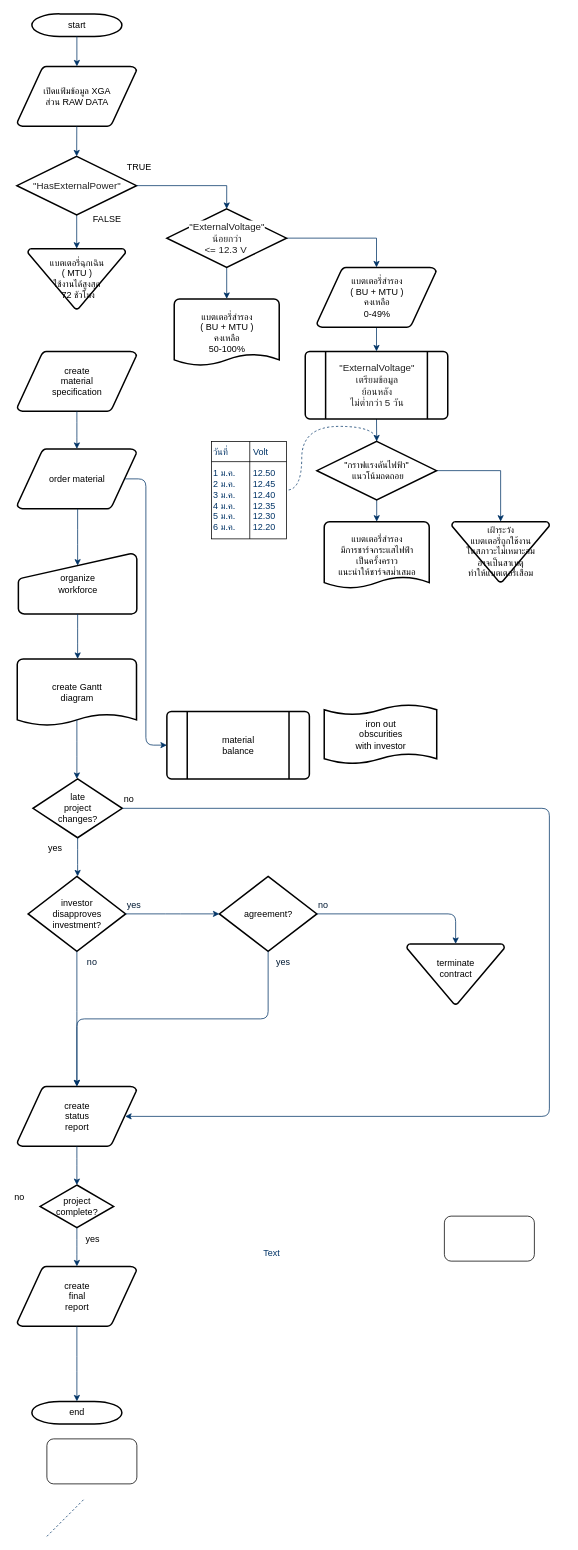
Earlier version of the draw.io diagram analyte_bt_vms_G2.drawio (kpaiboon/vms_g2). Source tidied: cells renumbered, new cells numbered last; positions are measured from the earlier drawing's top-left corner, leaving out a move shared by most shapes. Both pictures are drawn from the tidied source at 75%, with x=0, y=0 at pixel (13, 14).
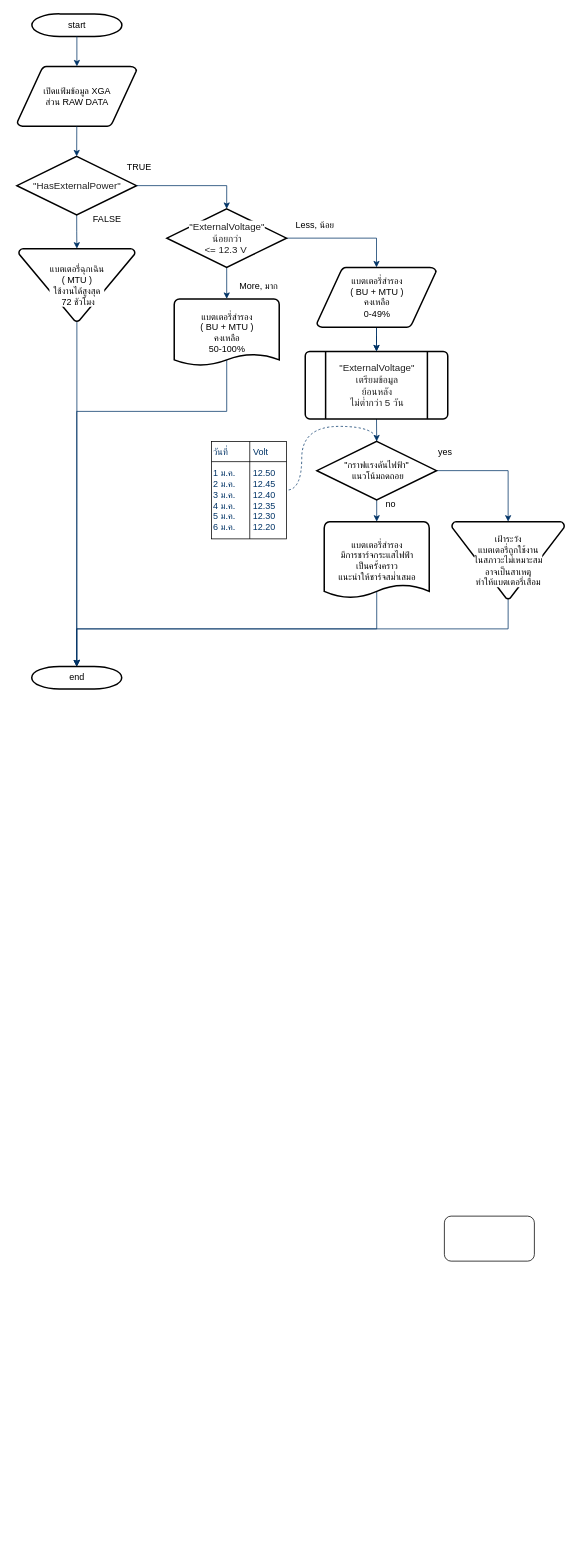
The same diagram, later.

Unchanged cells that the change refers to:
```xml
<mxCell id="13" value="แบตเตอรี่สำรอง&lt;br&gt;( BU + MTU )&lt;br&gt;คงเหลือ&lt;br&gt;50-100%" style="shape=mxgraph.flowchart.document;strokeWidth=2;gradientColor=none;gradientDirection=north;fontStyle=0;html=1;" parent="1" vertex="1">
  <mxGeometry x="214.8" y="380" width="140" height="90" as="geometry" />
</mxCell>
<mxCell id="36" value="&lt;span style=&quot;color: rgb(34 , 34 , 34) ; font-family: &amp;#34;arial&amp;#34; , &amp;#34;helvetica&amp;#34; , sans-serif ; font-size: small ; white-space: normal ; background-color: rgb(255 , 255 , 255)&quot;&gt;&quot;&lt;/span&gt;&lt;span style=&quot;color: rgb(34 , 34 , 34) ; font-family: &amp;#34;arial&amp;#34; , &amp;#34;helvetica&amp;#34; , sans-serif ; font-size: small ; white-space: normal ; background-color: rgb(255 , 255 , 255)&quot;&gt;ExternalVoltage&lt;/span&gt;&lt;span style=&quot;color: rgb(34 , 34 , 34) ; font-family: &amp;#34;arial&amp;#34; , &amp;#34;helvetica&amp;#34; , sans-serif ; font-size: small ; white-space: normal ; background-color: rgb(255 , 255 , 255)&quot;&gt;&quot;&lt;br&gt;เตรียมข้อมูล&lt;br&gt;ย้อนหลัง &lt;br&gt;ไม่ต่ำกว่า 5 วัน&lt;/span&gt;" style="shape=mxgraph.flowchart.predefined_process;strokeWidth=2;gradientColor=none;gradientDirection=north;fontStyle=0;html=1;" parent="1" vertex="1">
  <mxGeometry x="389.5" y="450" width="190" height="90" as="geometry" />
</mxCell>
<mxCell id="56" value="แบตเตอรี่สำรอง&lt;br&gt;( BU + MTU )&lt;br&gt;คงเหลือ&lt;br&gt;0-49%&lt;span style=&quot;color: rgb(34 , 34 , 34) ; font-family: &amp;#34;arial&amp;#34; , &amp;#34;helvetica&amp;#34; , sans-serif ; font-size: small ; white-space: normal ; background-color: rgb(255 , 255 , 255)&quot;&gt;&lt;br&gt;&lt;/span&gt;" style="shape=mxgraph.flowchart.data;strokeWidth=2;gradientColor=none;gradientDirection=north;fontStyle=0;html=1;" parent="1" vertex="1">
  <mxGeometry x="405" y="338" width="159" height="80" as="geometry" />
</mxCell>
```

Diff of the diagram source:
```diff
@@
-    <mxCell id="4" value="create&#10;material&#10;specification" style="shape=mxgraph.flowchart.data;strokeWidth=2;gradientColor=none;gradientDirection=north;fontStyle=0;html=1;" parent="1" vertex="1">
-      <mxGeometry x="5.5" y="450" width="159" height="80" as="geometry" />
-    </mxCell>
@@
-    <mxCell id="11" value="order material" style="shape=mxgraph.flowchart.data;strokeWidth=2;gradientColor=none;gradientDirection=north;fontStyle=0;html=1;" parent="1" vertex="1">
-      <mxGeometry x="5.5" y="580" width="159" height="80" as="geometry" />
-    </mxCell>
@@
+    <mxCell id="67" style="edgeStyle=orthogonalEdgeStyle;rounded=0;jettySize=auto;html=1;exitX=0.5;exitY=0.9;exitDx=0;exitDy=0;exitPerimeter=0;strokeColor=#003366;entryX=0.5;entryY=0;entryDx=0;entryDy=0;entryPerimeter=0;" parent="1" edge="1" source="13" target="37">
+      <mxGeometry relative="1" as="geometry">
+        <Array as="points">
+          <mxPoint x="285" y="530" />
+          <mxPoint x="85" y="530" />
+        </Array>
+      </mxGeometry>
+    </mxCell>
@@
-    <mxCell id="14" style="edgeStyle=elbowEdgeStyle;elbow=horizontal;fontStyle=1;strokeColor=#003366;strokeWidth=1;html=1;" parent="1" edge="1" source="4" target="11">
-      <mxGeometry as="geometry" />
-    </mxCell>
-    <mxCell id="15" value="material&#10;balance" style="shape=mxgraph.flowchart.predefined_process;strokeWidth=2;gradientColor=none;gradientDirection=north;fontStyle=0;html=1;" parent="1" vertex="1">
-      <mxGeometry x="205" y="930" width="190" height="90" as="geometry" />
-    </mxCell>
-    <mxCell id="16" style="edgeStyle=elbowEdgeStyle;elbow=horizontal;exitX=0.905;exitY=0.5;exitPerimeter=0;fontStyle=1;strokeColor=#003366;strokeWidth=1;html=1;" parent="1" edge="1" source="11" target="15">
-      <mxGeometry as="geometry" />
-    </mxCell>
-    <mxCell id="17" value="organize &#10;workforce" style="shape=mxgraph.flowchart.manual_input;strokeWidth=2;gradientColor=none;gradientDirection=north;fontStyle=0;html=1;" parent="1" vertex="1">
-      <mxGeometry x="7" y="720" width="158" height="80" as="geometry" />
-    </mxCell>
-    <mxCell id="18" style="edgeStyle=elbowEdgeStyle;elbow=horizontal;entryX=0.5;entryY=0.195;entryPerimeter=0;fontStyle=1;strokeColor=#003366;strokeWidth=1;html=1;" parent="1" edge="1" source="11" target="17">
-      <mxGeometry as="geometry" />
-    </mxCell>
-    <mxCell id="19" value="create Gantt&#10;diagram" style="shape=mxgraph.flowchart.document;strokeWidth=2;gradientColor=none;gradientDirection=north;fontStyle=0;html=1;" parent="1" vertex="1">
-      <mxGeometry x="5.5" y="860" width="159" height="90" as="geometry" />
-    </mxCell>
-    <mxCell id="20" style="edgeStyle=elbowEdgeStyle;elbow=horizontal;exitX=0.5;exitY=1;exitPerimeter=0;fontStyle=1;strokeColor=#003366;strokeWidth=1;html=1;" parent="1" edge="1" source="17" target="19">
-      <mxGeometry as="geometry" />
-    </mxCell>
-    <mxCell id="21" value="late&#10;project&#10;changes?" style="shape=mxgraph.flowchart.decision;strokeWidth=2;gradientColor=none;gradientDirection=north;fontStyle=0;html=1;" parent="1" vertex="1">
-      <mxGeometry x="26.5" y="1020" width="119" height="78.5" as="geometry" />
-    </mxCell>
-    <mxCell id="22" style="edgeStyle=elbowEdgeStyle;elbow=horizontal;exitX=0.5;exitY=0.9;exitPerimeter=0;fontStyle=1;strokeColor=#003366;strokeWidth=1;html=1;" parent="1" edge="1" source="19" target="21">
-      <mxGeometry as="geometry" />
-    </mxCell>
-    <mxCell id="23" value="yes" style="text;fontStyle=0;html=1;strokeColor=none;gradientColor=none;fillColor=none;strokeWidth=2;" parent="1" vertex="1">
-      <mxGeometry x="45" y="1098.5" width="40" height="26" as="geometry" />
+    <mxCell id="23" value="Less, น้อย" style="text;fontStyle=0;html=1;strokeColor=none;gradientColor=none;fillColor=none;strokeWidth=2;" parent="1" vertex="1">
+      <mxGeometry x="374.8" y="268" width="40" height="26" as="geometry" />
     </mxCell>
-    <mxCell id="24" value="investor&#10;disapproves&#10; investment?" style="shape=mxgraph.flowchart.decision;strokeWidth=2;gradientColor=none;gradientDirection=north;fontStyle=0;html=1;" parent="1" vertex="1">
-      <mxGeometry x="20" y="1150" width="130" height="100" as="geometry" />
-    </mxCell>
-    <mxCell id="25" value="agreement?" style="shape=mxgraph.flowchart.decision;strokeWidth=2;gradientColor=none;gradientDirection=north;fontStyle=0;html=1;" parent="1" vertex="1">
-      <mxGeometry x="275" y="1150" width="130" height="100" as="geometry" />
-    </mxCell>
-    <mxCell id="26" style="edgeStyle=elbowEdgeStyle;elbow=horizontal;exitX=0.5;exitY=1;exitPerimeter=0;fontStyle=1;strokeColor=#003366;strokeWidth=1;html=1;" parent="1" edge="1" source="21" target="24">
-      <mxGeometry as="geometry" />
-    </mxCell>
-    <mxCell id="27" style="edgeStyle=elbowEdgeStyle;elbow=horizontal;exitX=1;exitY=0.5;exitPerimeter=0;entryX=0;entryY=0.5;entryPerimeter=0;fontStyle=1;strokeColor=#003366;strokeWidth=1;html=1;" parent="1" edge="1" source="24" target="25">
-      <mxGeometry as="geometry" />
-    </mxCell>
-    <mxCell id="28" value="terminate&#10;contract&#10;" style="shape=mxgraph.flowchart.merge_or_storage;strokeWidth=2;gradientColor=none;gradientDirection=north;fontStyle=0;html=1;" parent="1" vertex="1">
-      <mxGeometry x="525" y="1240" width="130" height="80.5" as="geometry" />
-    </mxCell>
-    <mxCell id="29" style="edgeStyle=elbowEdgeStyle;elbow=vertical;exitX=1;exitY=0.5;exitPerimeter=0;entryX=0.5;entryY=0;entryPerimeter=0;fontStyle=1;strokeColor=#003366;strokeWidth=1;html=1;" parent="1" edge="1" source="25" target="28">
-      <mxGeometry as="geometry">
-        <Array as="points">
-          <mxPoint x="505" y="1200" />
-        </Array>
-      </mxGeometry>
-    </mxCell>
-    <mxCell id="30" value="create&#10;status&#10;report" style="shape=mxgraph.flowchart.data;strokeWidth=2;gradientColor=none;gradientDirection=north;fontStyle=0;html=1;" parent="1" vertex="1">
-      <mxGeometry x="5.5" y="1430" width="159" height="80" as="geometry" />
-    </mxCell>
-    <mxCell id="31" style="edgeStyle=elbowEdgeStyle;elbow=vertical;exitX=0.5;exitY=1;exitPerimeter=0;fontColor=#001933;fontStyle=1;strokeColor=#003366;strokeWidth=1;html=1;" parent="1" edge="1" source="24" target="30">
-      <mxGeometry as="geometry" />
-    </mxCell>
-    <mxCell id="32" style="edgeStyle=elbowEdgeStyle;elbow=vertical;exitX=0.5;exitY=1;exitPerimeter=0;entryX=0.5;entryY=0;entryPerimeter=0;fontStyle=1;strokeColor=#003366;strokeWidth=1;html=1;" parent="1" edge="1" source="25" target="30">
-      <mxGeometry as="geometry" />
-    </mxCell>
-    <mxCell id="33" value="project&#10;complete?" style="shape=mxgraph.flowchart.decision;strokeWidth=2;gradientColor=none;gradientDirection=north;fontStyle=0;html=1;" parent="1" vertex="1">
-      <mxGeometry x="36" y="1561.5" width="98" height="57" as="geometry" />
-    </mxCell>
-    <mxCell id="34" value="create&#10;final&#10;report" style="shape=mxgraph.flowchart.data;strokeWidth=2;gradientColor=none;gradientDirection=north;fontStyle=0;html=1;" parent="1" vertex="1">
-      <mxGeometry x="5.5" y="1670" width="159" height="80" as="geometry" />
-    </mxCell>
@@
-    <mxCell id="37" value="end" style="shape=mxgraph.flowchart.terminator;strokeWidth=2;gradientColor=none;gradientDirection=north;fontStyle=0;html=1;" parent="1" vertex="1">
-      <mxGeometry x="25" y="1850" width="120" height="30" as="geometry" />
-    </mxCell>
-    <mxCell id="38" style="edgeStyle=elbowEdgeStyle;elbow=vertical;exitX=0.5;exitY=1;exitPerimeter=0;entryX=0.5;entryY=0;entryPerimeter=0;fontStyle=1;strokeColor=#003366;strokeWidth=1;html=1;" parent="1" edge="1" source="30" target="33">
-      <mxGeometry as="geometry" />
-    </mxCell>
-    <mxCell id="39" style="edgeStyle=elbowEdgeStyle;elbow=vertical;exitX=0.5;exitY=1;exitPerimeter=0;entryX=0.5;entryY=0;entryPerimeter=0;fontStyle=1;strokeColor=#003366;strokeWidth=1;html=1;" parent="1" edge="1" source="33" target="34">
-      <mxGeometry as="geometry" />
-    </mxCell>
-    <mxCell id="40" style="edgeStyle=elbowEdgeStyle;elbow=vertical;exitX=0.5;exitY=1;exitPerimeter=0;entryX=0.5;entryY=0;entryPerimeter=0;fontStyle=1;strokeColor=#003366;strokeWidth=1;html=1;" parent="1" edge="1" source="34" target="37">
-      <mxGeometry as="geometry" />
-    </mxCell>
-    <mxCell id="41" style="edgeStyle=elbowEdgeStyle;elbow=horizontal;exitX=1;exitY=0.5;exitPerimeter=0;entryX=0.905;entryY=0.5;entryPerimeter=0;fontStyle=1;strokeColor=#003366;strokeWidth=1;html=1;" parent="1" edge="1" source="21" target="30">
-      <mxGeometry as="geometry">
-        <Array as="points">
-          <mxPoint x="715" y="1260" />
-        </Array>
-      </mxGeometry>
-    </mxCell>
     <mxCell id="42" value="no" style="text;fontStyle=0;html=1;strokeColor=none;gradientColor=none;fillColor=none;strokeWidth=2;" parent="1" vertex="1">
-      <mxGeometry x="145.5" y="1033.2" width="40" height="26" as="geometry" />
+      <mxGeometry x="495" y="640" width="40" height="26" as="geometry" />
     </mxCell>
-    <mxCell id="43" value="yes" style="text;fontColor=#001933;fontStyle=0;html=1;strokeColor=none;gradientColor=none;fillColor=none;strokeWidth=2;" parent="1" vertex="1">
-      <mxGeometry x="150" y="1174" width="40" height="26" as="geometry" />
-    </mxCell>
-    <mxCell id="44" value="no" style="text;fontColor=#001933;fontStyle=0;html=1;strokeColor=none;gradientColor=none;fillColor=none;strokeWidth=2;align=center;" parent="1" vertex="1">
-      <mxGeometry x="85" y="1250" width="40" height="26" as="geometry" />
-    </mxCell>
-    <mxCell id="45" value="yes" style="text;fontColor=#001933;fontStyle=0;html=1;strokeColor=none;gradientColor=none;fillColor=none;strokeWidth=2;align=center;" parent="1" vertex="1">
-      <mxGeometry x="340" y="1250" width="40" height="26" as="geometry" />
-    </mxCell>
-    <mxCell id="46" value="no" style="text;fontColor=#001933;fontStyle=0;html=1;strokeColor=none;gradientColor=none;fillColor=none;strokeWidth=2;" parent="1" vertex="1">
-      <mxGeometry x="405" y="1174" width="40" height="26" as="geometry" />
-    </mxCell>
-    <mxCell id="47" value="iron out&#10;obscurities &#10;with investor" style="shape=mxgraph.flowchart.paper_tape;strokeWidth=2;gradientColor=none;gradientDirection=north;fontStyle=0;html=1;" parent="1" vertex="1">
-      <mxGeometry x="414.8" y="920" width="150" height="81" as="geometry" />
-    </mxCell>
-    <mxCell id="48" value="yes" style="text;fontStyle=0;html=1;strokeColor=none;gradientColor=none;fillColor=none;strokeWidth=2;align=center;" parent="1" vertex="1">
-      <mxGeometry x="86" y="1620" width="40" height="26" as="geometry" />
-    </mxCell>
-    <mxCell id="49" value="no" style="text;fontStyle=0;html=1;strokeColor=none;gradientColor=none;fillColor=none;strokeWidth=2;" parent="1" vertex="1">
-      <mxGeometry y="1564" width="40" height="26" as="geometry" />
-    </mxCell>
-    <mxCell id="50" value="แบตเตอรี่ฉุกเฉิน &lt;br&gt;( MTU )&lt;br&gt;ใช้งานได้สูงสุด&lt;br&gt;&amp;nbsp;72 ชัวโมง" style="shape=mxgraph.flowchart.merge_or_storage;strokeWidth=2;gradientColor=none;gradientDirection=north;fontStyle=0;html=1;" parent="1" vertex="1">
-      <mxGeometry x="19.8" y="313" width="130" height="80.5" as="geometry" />
-    </mxCell>
@@
+    <mxCell id="68" style="edgeStyle=orthogonalEdgeStyle;rounded=0;jettySize=auto;html=1;exitX=0.5;exitY=1;exitDx=0;exitDy=0;exitPerimeter=0;entryX=0.5;entryY=0;entryDx=0;entryDy=0;entryPerimeter=0;strokeColor=#003366;" parent="1" edge="1" source="54" target="37">
+      <mxGeometry relative="1" as="geometry">
+        <Array as="points">
+          <mxPoint x="660" y="820" />
+          <mxPoint x="85" y="820" />
+        </Array>
+      </mxGeometry>
+    </mxCell>
-    <mxCell id="54" value="เฝ้าระวัง&lt;br&gt;แบตเตอรี่ถูกใช้งาน&lt;br&gt;ในสภาวะไม่เหมาะสม&lt;br&gt;อาจเป็นสาเหตุ&lt;br&gt;ทำให้แบตเตอรี่เสื่อม" style="shape=mxgraph.flowchart.merge_or_storage;strokeWidth=2;gradientColor=none;gradientDirection=north;fontStyle=0;html=1;" parent="1" vertex="1">
-      <mxGeometry x="585" y="677" width="130" height="80.5" as="geometry" />
+    <mxCell id="54" value="เฝ้าระวัง&lt;br&gt;แบตเตอรี่ถูกใช้งาน&lt;br&gt;ในสภาวะไม่เหมาะสม&lt;br&gt;อาจเป็นสาเหตุ&lt;br&gt;ทำให้แบตเตอรี่เสื่อม" style="shape=mxgraph.flowchart.merge_or_storage;strokeWidth=2;gradientColor=none;gradientDirection=north;fontStyle=0;html=1;labelBackgroundColor=#ffffff;" parent="1" vertex="1">
+      <mxGeometry x="585" y="677" width="150" height="103" as="geometry" />
     </mxCell>
@@
+    <mxCell id="69" style="edgeStyle=orthogonalEdgeStyle;rounded=0;jettySize=auto;html=1;strokeColor=#003366;" parent="1" edge="1" source="56" target="36">
+      <mxGeometry relative="1" as="geometry" />
+    </mxCell>
@@
-    <mxCell id="57" style="rounded=1;whiteSpace=wrap;html=1;" parent="1" vertex="1">
-      <mxGeometry x="45" y="1900" width="120" height="60" as="geometry" />
-    </mxCell>
@@
+    <mxCell id="70" style="edgeStyle=orthogonalEdgeStyle;rounded=0;jettySize=auto;html=1;exitX=0.5;exitY=0.9;exitDx=0;exitDy=0;exitPerimeter=0;entryX=0.5;entryY=0;entryDx=0;entryDy=0;entryPerimeter=0;strokeColor=#003366;" parent="1" edge="1" source="63" target="37">
+      <mxGeometry relative="1" as="geometry">
+        <Array as="points">
+          <mxPoint x="485" y="820" />
+          <mxPoint x="85" y="820" />
+        </Array>
+      </mxGeometry>
+    </mxCell>
     <mxCell id="63" value="แบตเตอรี่สำรอง&lt;br&gt;มีการชาร์จกระแสไฟฟ้า&lt;br&gt;เป็นครั้งคราว&lt;br&gt;แนะนำให้ชาร์จสม่ำเสมอ" style="shape=mxgraph.flowchart.document;strokeWidth=2;gradientColor=none;gradientDirection=north;fontStyle=0;html=1;" parent="1" vertex="1">
-      <mxGeometry x="414.8" y="677" width="140" height="90" as="geometry" />
+      <mxGeometry x="414.8" y="677" width="140" height="103" as="geometry" />
     </mxCell>
-    <mxCell id="64" value="Text" style="text;html=1;strokeColor=none;fillColor=none;align=center;verticalAlign=middle;whiteSpace=wrap;rounded=0;fontColor=#003366;" parent="1" vertex="1">
-      <mxGeometry x="324.5" y="1643" width="40" height="20" as="geometry" />
-    </mxCell>
@@
-    <mxCell id="66" style="endArrow=none;dashed=1;html=1;strokeColor=#003366;fontColor=#003366;" parent="1" edge="1">
-      <mxGeometry relative="1" as="geometry">
-        <mxPoint x="45" y="2030" as="sourcePoint" />
-        <mxPoint x="95" y="1980" as="targetPoint" />
-      </mxGeometry>
-    </mxCell>
+    <mxCell id="71" style="edgeStyle=orthogonalEdgeStyle;rounded=0;jettySize=auto;html=1;exitX=0.5;exitY=1;exitDx=0;exitDy=0;exitPerimeter=0;entryX=0.5;entryY=0;entryDx=0;entryDy=0;entryPerimeter=0;strokeColor=#003366;" parent="1" edge="1" source="50" target="37">
+      <mxGeometry relative="1" as="geometry" />
+    </mxCell>
+    <mxCell id="50" value="แบตเตอรี่ฉุกเฉิน &lt;br&gt;( MTU )&lt;br&gt;ใช้งานได้สูงสุด&lt;br&gt;&amp;nbsp;72 ชัวโมง" style="shape=mxgraph.flowchart.merge_or_storage;strokeWidth=2;gradientColor=none;gradientDirection=north;fontStyle=0;html=1;labelBackgroundColor=#ffffff;labelBorderColor=none;" parent="1" vertex="1">
+      <mxGeometry x="7.6" y="313" width="154.8" height="97" as="geometry" />
+    </mxCell>
+    <mxCell id="37" value="end" style="shape=mxgraph.flowchart.terminator;strokeWidth=2;gradientColor=none;gradientDirection=north;fontStyle=0;html=1;" parent="1" vertex="1">
+      <mxGeometry x="24.8" y="870" width="120" height="30" as="geometry" />
+    </mxCell>
+    <mxCell id="72" value="yes" style="text;fontStyle=0;html=1;strokeColor=none;gradientColor=none;fillColor=none;strokeWidth=2;" parent="1" vertex="1">
+      <mxGeometry x="564.5" y="570" width="40" height="26" as="geometry" />
+    </mxCell>
+    <mxCell id="73" value="More, มาก" style="text;fontStyle=0;html=1;strokeColor=none;gradientColor=none;fillColor=none;strokeWidth=2;" parent="1" vertex="1">
+      <mxGeometry x="300" y="348.5" width="40" height="26" as="geometry" />
+    </mxCell>
```
